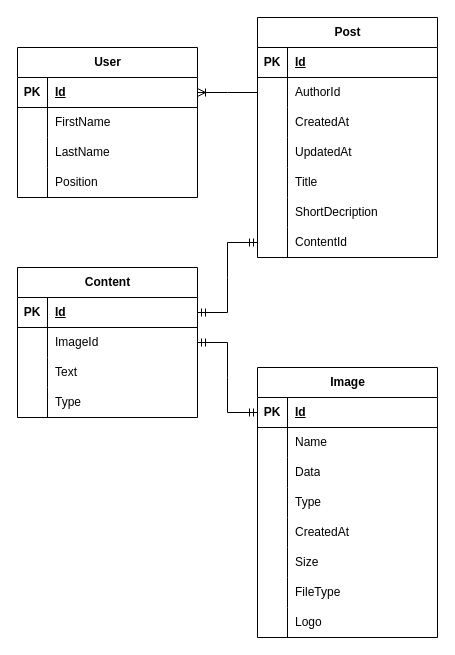
Above: Description/Newsfeed/NewsFeed.drawio in Fox5113/corporate-social-system (draw.io), before the change. Source tidied: cells renumbered, new cells numbered last; positions are measured from the earlier drawing's top-left corner, leaving out a move shared by most shapes. Both pictures are drawn from the tidied source at 100%, with x=0, y=0 at pixel (17, 17).
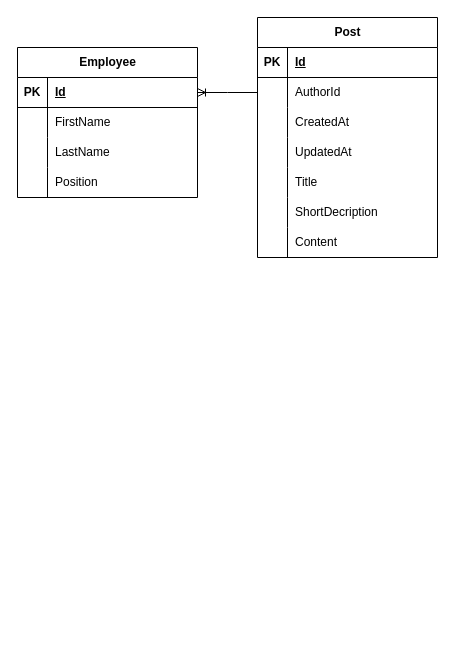
The same page after the edit.

Unchanged cells that the change refers to:
```xml
<mxCell id="21" style="shape=tableRow;horizontal=0;startSize=0;swimlaneHead=0;swimlaneBody=0;fillColor=none;points=[[0,0.5],[1,0.5]];portConstraint=eastwest;top=0;left=0;right=0;bottom=0;" parent="2" vertex="1">
  <mxGeometry y="210" width="180" height="30" as="geometry" />
</mxCell>
```

What changed in the source:
```diff
@@
-    <mxCell id="23" value="ContentId" style="shape=partialRectangle;fillColor=none;top=0;left=0;bottom=0;right=0;align=left;spacingLeft=6;overflow=hidden;whiteSpace=wrap;html=1;" parent="21" vertex="1">
+    <mxCell id="23" value="Content" style="shape=partialRectangle;fillColor=none;top=0;left=0;bottom=0;right=0;align=left;spacingLeft=6;overflow=hidden;whiteSpace=wrap;html=1;" parent="21" vertex="1">
       <mxGeometry x="30" width="150" height="30" as="geometry" />
     </mxCell>
-    <mxCell id="24" value="User" style="shape=table;startSize=30;childLayout=tableLayout;rowLines=0;fontStyle=1;align=center;html=1;" parent="1" vertex="1">
+    <mxCell id="24" value="Employee" style="shape=table;startSize=30;childLayout=tableLayout;rowLines=0;fontStyle=1;align=center;html=1;" parent="1" vertex="1">
       <mxGeometry y="30" width="180" height="150" as="geometry" />
     </mxCell>
@@
-    <mxCell id="37" value="Content" style="shape=table;startSize=30;childLayout=tableLayout;rowLines=0;fontStyle=1;align=center;html=1;" parent="1" vertex="1">
-      <mxGeometry y="250" width="180" height="150" as="geometry" />
-    </mxCell>
-    <mxCell id="38" style="shape=tableRow;horizontal=0;startSize=0;swimlaneHead=0;swimlaneBody=0;fillColor=none;points=[[0,0.5],[1,0.5]];portConstraint=eastwest;top=0;left=0;right=0;bottom=1;" parent="37" vertex="1">
-      <mxGeometry y="30" width="180" height="30" as="geometry" />
-    </mxCell>
-    <mxCell id="39" value="PK" style="shape=partialRectangle;fillColor=none;top=0;left=0;bottom=0;right=0;fontStyle=1;overflow=hidden;whiteSpace=wrap;html=1;" parent="38" vertex="1">
-      <mxGeometry width="30" height="30" as="geometry" />
-    </mxCell>
-    <mxCell id="40" value="Id" style="shape=partialRectangle;fillColor=none;top=0;left=0;bottom=0;right=0;align=left;spacingLeft=6;fontStyle=5;overflow=hidden;whiteSpace=wrap;html=1;" parent="38" vertex="1">
-      <mxGeometry x="30" width="150" height="30" as="geometry" />
-    </mxCell>
-    <mxCell id="41" style="shape=tableRow;horizontal=0;startSize=0;swimlaneHead=0;swimlaneBody=0;fillColor=none;points=[[0,0.5],[1,0.5]];portConstraint=eastwest;top=0;left=0;right=0;bottom=0;" parent="37" vertex="1">
-      <mxGeometry y="60" width="180" height="30" as="geometry" />
-    </mxCell>
-    <mxCell id="42" style="shape=partialRectangle;fillColor=none;top=0;left=0;bottom=0;right=0;overflow=hidden;whiteSpace=wrap;html=1;" parent="41" vertex="1">
-      <mxGeometry width="30" height="30" as="geometry" />
-    </mxCell>
-    <mxCell id="43" value="ImageId" style="shape=partialRectangle;fillColor=none;top=0;left=0;bottom=0;right=0;align=left;spacingLeft=6;overflow=hidden;whiteSpace=wrap;html=1;" parent="41" vertex="1">
-      <mxGeometry x="30" width="150" height="30" as="geometry" />
-    </mxCell>
-    <mxCell id="44" style="shape=tableRow;horizontal=0;startSize=0;swimlaneHead=0;swimlaneBody=0;fillColor=none;top=0;left=0;right=0;bottom=0;" parent="37" vertex="1">
-      <mxGeometry y="90" width="180" height="30" as="geometry" />
-    </mxCell>
-    <mxCell id="45" style="shape=partialRectangle;fillColor=none;top=0;left=0;bottom=0;right=0;overflow=hidden;whiteSpace=wrap;html=1;" parent="44" vertex="1">
-      <mxGeometry width="30" height="30" as="geometry" />
-    </mxCell>
-    <mxCell id="46" value="Text" style="shape=partialRectangle;fillColor=none;top=0;left=0;bottom=0;right=0;align=left;spacingLeft=6;overflow=hidden;whiteSpace=wrap;html=1;" parent="44" vertex="1">
-      <mxGeometry x="30" width="150" height="30" as="geometry" />
-    </mxCell>
-    <mxCell id="47" style="shape=tableRow;horizontal=0;startSize=0;swimlaneHead=0;swimlaneBody=0;fillColor=none;top=0;left=0;right=0;bottom=0;" parent="37" vertex="1">
-      <mxGeometry y="120" width="180" height="30" as="geometry" />
-    </mxCell>
-    <mxCell id="48" style="shape=partialRectangle;fillColor=none;top=0;left=0;bottom=0;right=0;overflow=hidden;whiteSpace=wrap;html=1;" parent="47" vertex="1">
-      <mxGeometry width="30" height="30" as="geometry" />
-    </mxCell>
-    <mxCell id="49" value="Type" style="shape=partialRectangle;fillColor=none;top=0;left=0;bottom=0;right=0;align=left;spacingLeft=6;overflow=hidden;whiteSpace=wrap;html=1;" parent="47" vertex="1">
-      <mxGeometry x="30" width="150" height="30" as="geometry" />
-    </mxCell>
-    <mxCell id="50" style="edgeStyle=entityRelationEdgeStyle;fontSize=12;html=1;endArrow=ERmandOne;startArrow=ERmandOne;rounded=0;entryX=0;entryY=0.5;entryDx=0;entryDy=0;" parent="1" edge="1" source="38" target="21">
-      <mxGeometry relative="1" as="geometry">
-        <Array as="points">
-          <mxPoint x="50" y="245" />
-        </Array>
-      </mxGeometry>
-    </mxCell>
-    <mxCell id="51" value="Image" style="shape=table;startSize=30;childLayout=tableLayout;rowLines=0;fontStyle=1;align=center;html=1;" parent="1" vertex="1">
-      <mxGeometry x="240" y="350" width="180" height="270" as="geometry" />
-    </mxCell>
-    <mxCell id="52" style="shape=tableRow;horizontal=0;startSize=0;swimlaneHead=0;swimlaneBody=0;fillColor=none;points=[[0,0.5],[1,0.5]];portConstraint=eastwest;top=0;left=0;right=0;bottom=1;" parent="51" vertex="1">
-      <mxGeometry y="30" width="180" height="30" as="geometry" />
-    </mxCell>
-    <mxCell id="53" value="PK" style="shape=partialRectangle;fillColor=none;top=0;left=0;bottom=0;right=0;fontStyle=1;overflow=hidden;whiteSpace=wrap;html=1;" parent="52" vertex="1">
-      <mxGeometry width="30" height="30" as="geometry" />
-    </mxCell>
-    <mxCell id="54" value="Id" style="shape=partialRectangle;fillColor=none;top=0;left=0;bottom=0;right=0;align=left;spacingLeft=6;fontStyle=5;overflow=hidden;whiteSpace=wrap;html=1;" parent="52" vertex="1">
-      <mxGeometry x="30" width="150" height="30" as="geometry" />
-    </mxCell>
-    <mxCell id="55" style="shape=tableRow;horizontal=0;startSize=0;swimlaneHead=0;swimlaneBody=0;fillColor=none;top=0;left=0;right=0;bottom=0;" parent="51" vertex="1">
-      <mxGeometry y="60" width="180" height="30" as="geometry" />
-    </mxCell>
-    <mxCell id="56" style="shape=partialRectangle;fillColor=none;top=0;left=0;bottom=0;right=0;overflow=hidden;whiteSpace=wrap;html=1;" parent="55" vertex="1">
-      <mxGeometry width="30" height="30" as="geometry" />
-    </mxCell>
-    <mxCell id="57" value="Name" style="shape=partialRectangle;fillColor=none;top=0;left=0;bottom=0;right=0;align=left;spacingLeft=6;overflow=hidden;whiteSpace=wrap;html=1;" parent="55" vertex="1">
-      <mxGeometry x="30" width="150" height="30" as="geometry" />
-    </mxCell>
-    <mxCell id="58" style="shape=tableRow;horizontal=0;startSize=0;swimlaneHead=0;swimlaneBody=0;fillColor=none;top=0;left=0;right=0;bottom=0;" parent="51" vertex="1">
-      <mxGeometry y="90" width="180" height="30" as="geometry" />
-    </mxCell>
-    <mxCell id="59" style="shape=partialRectangle;fillColor=none;top=0;left=0;bottom=0;right=0;overflow=hidden;whiteSpace=wrap;html=1;" parent="58" vertex="1">
-      <mxGeometry width="30" height="30" as="geometry" />
-    </mxCell>
-    <mxCell id="60" value="Data" style="shape=partialRectangle;fillColor=none;top=0;left=0;bottom=0;right=0;align=left;spacingLeft=6;overflow=hidden;whiteSpace=wrap;html=1;" parent="58" vertex="1">
-      <mxGeometry x="30" width="150" height="30" as="geometry" />
-    </mxCell>
-    <mxCell id="61" style="shape=tableRow;horizontal=0;startSize=0;swimlaneHead=0;swimlaneBody=0;fillColor=none;top=0;left=0;right=0;bottom=0;" parent="51" vertex="1">
-      <mxGeometry y="120" width="180" height="30" as="geometry" />
-    </mxCell>
-    <mxCell id="62" style="shape=partialRectangle;fillColor=none;top=0;left=0;bottom=0;right=0;overflow=hidden;whiteSpace=wrap;html=1;" parent="61" vertex="1">
-      <mxGeometry width="30" height="30" as="geometry" />
-    </mxCell>
-    <mxCell id="63" value="Type" style="shape=partialRectangle;fillColor=none;top=0;left=0;bottom=0;right=0;align=left;spacingLeft=6;overflow=hidden;whiteSpace=wrap;html=1;" parent="61" vertex="1">
-      <mxGeometry x="30" width="150" height="30" as="geometry" />
-    </mxCell>
-    <mxCell id="64" style="shape=tableRow;horizontal=0;startSize=0;swimlaneHead=0;swimlaneBody=0;fillColor=none;top=0;left=0;right=0;bottom=0;" parent="51" vertex="1">
-      <mxGeometry y="150" width="180" height="30" as="geometry" />
-    </mxCell>
-    <mxCell id="65" style="shape=partialRectangle;fillColor=none;top=0;left=0;bottom=0;right=0;overflow=hidden;whiteSpace=wrap;html=1;" parent="64" vertex="1">
-      <mxGeometry width="30" height="30" as="geometry" />
-    </mxCell>
-    <mxCell id="66" value="CreatedAt" style="shape=partialRectangle;fillColor=none;top=0;left=0;bottom=0;right=0;align=left;spacingLeft=6;overflow=hidden;whiteSpace=wrap;html=1;" parent="64" vertex="1">
-      <mxGeometry x="30" width="150" height="30" as="geometry" />
-    </mxCell>
-    <mxCell id="67" style="shape=tableRow;horizontal=0;startSize=0;swimlaneHead=0;swimlaneBody=0;fillColor=none;top=0;left=0;right=0;bottom=0;" parent="51" vertex="1">
-      <mxGeometry y="180" width="180" height="30" as="geometry" />
-    </mxCell>
-    <mxCell id="68" style="shape=partialRectangle;fillColor=none;top=0;left=0;bottom=0;right=0;overflow=hidden;whiteSpace=wrap;html=1;" parent="67" vertex="1">
-      <mxGeometry width="30" height="30" as="geometry" />
-    </mxCell>
-    <mxCell id="69" value="Size" style="shape=partialRectangle;fillColor=none;top=0;left=0;bottom=0;right=0;align=left;spacingLeft=6;overflow=hidden;whiteSpace=wrap;html=1;" parent="67" vertex="1">
-      <mxGeometry x="30" width="150" height="30" as="geometry" />
-    </mxCell>
-    <mxCell id="70" style="shape=tableRow;horizontal=0;startSize=0;swimlaneHead=0;swimlaneBody=0;fillColor=none;top=0;left=0;right=0;bottom=0;" parent="51" vertex="1">
-      <mxGeometry y="210" width="180" height="30" as="geometry" />
-    </mxCell>
-    <mxCell id="71" style="shape=partialRectangle;fillColor=none;top=0;left=0;bottom=0;right=0;overflow=hidden;whiteSpace=wrap;html=1;" parent="70" vertex="1">
-      <mxGeometry width="30" height="30" as="geometry" />
-    </mxCell>
-    <mxCell id="72" value="FileType" style="shape=partialRectangle;fillColor=none;top=0;left=0;bottom=0;right=0;align=left;spacingLeft=6;overflow=hidden;whiteSpace=wrap;html=1;" parent="70" vertex="1">
-      <mxGeometry x="30" width="150" height="30" as="geometry" />
-    </mxCell>
-    <mxCell id="73" style="shape=tableRow;horizontal=0;startSize=0;swimlaneHead=0;swimlaneBody=0;fillColor=none;top=0;left=0;right=0;bottom=0;" parent="51" vertex="1">
-      <mxGeometry y="240" width="180" height="30" as="geometry" />
-    </mxCell>
-    <mxCell id="74" style="shape=partialRectangle;fillColor=none;top=0;left=0;bottom=0;right=0;overflow=hidden;whiteSpace=wrap;html=1;" parent="73" vertex="1">
-      <mxGeometry width="30" height="30" as="geometry" />
-    </mxCell>
-    <mxCell id="75" value="Logo" style="shape=partialRectangle;fillColor=none;top=0;left=0;bottom=0;right=0;align=left;spacingLeft=6;overflow=hidden;whiteSpace=wrap;html=1;" parent="73" vertex="1">
-      <mxGeometry x="30" width="150" height="30" as="geometry" />
-    </mxCell>
@@
-    <mxCell id="77" style="edgeStyle=entityRelationEdgeStyle;fontSize=12;html=1;endArrow=ERmandOne;startArrow=ERmandOne;rounded=0;entryX=0;entryY=0.5;entryDx=0;entryDy=0;exitX=1;exitY=0.5;exitDx=0;exitDy=0;exitPerimeter=0;" parent="1" edge="1" source="41" target="52">
-      <mxGeometry relative="1" as="geometry">
-        <Array as="points">
-          <mxPoint x="60" y="255" />
-        </Array>
-      </mxGeometry>
-    </mxCell>
```
